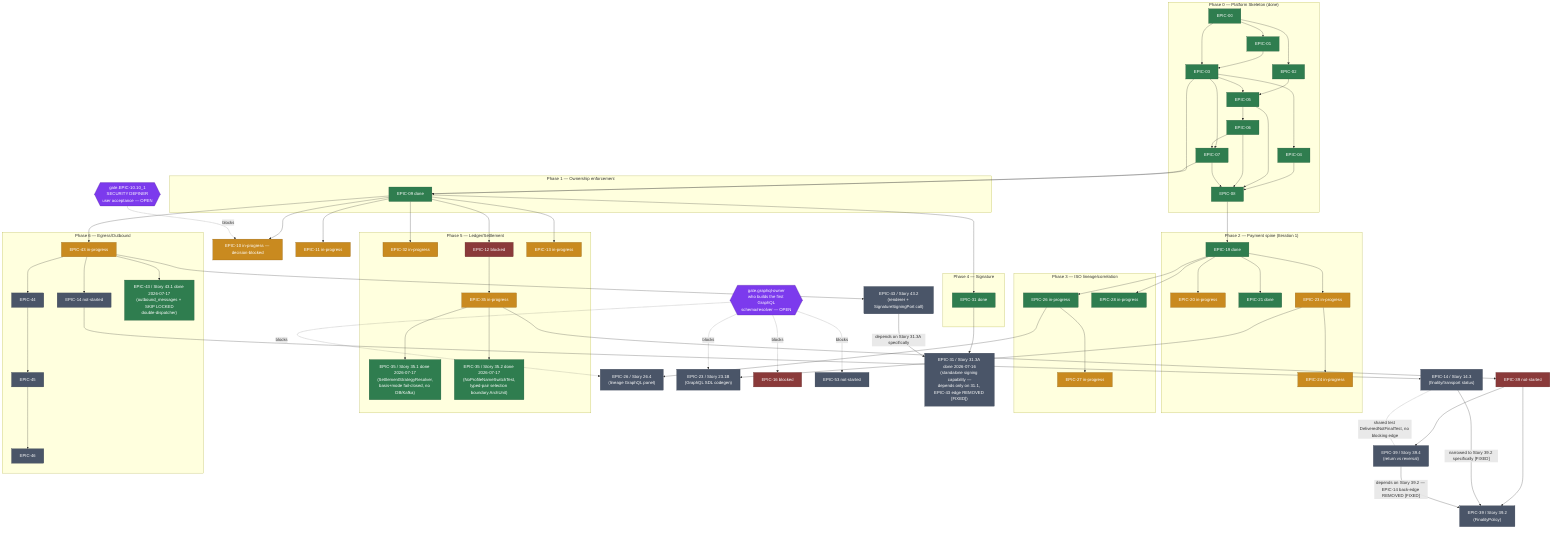
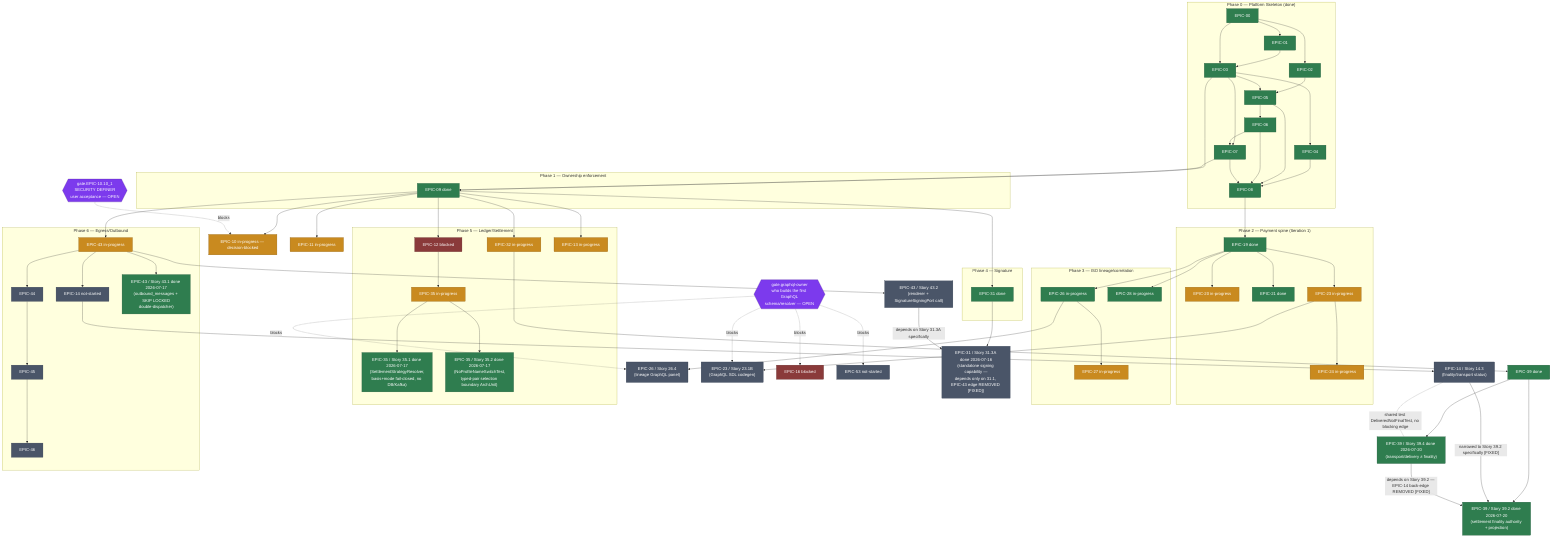
%% SEPA Nexus — capability graph (curated view)
%% Full machine graph: planning/capability-graph.json (142 nodes / 251 edges).
%% This file is a curated subgraph for human reading — phase heads, the two resolved
%% cycles, and the two open decision gates (EPIC-10 SECURITY DEFINER, GraphQL owner). It
%% is not regenerated automatically; keep it in sync by hand with capability-graph.json
%% when either changes materially.
flowchart TB

    subgraph P0["Phase 0 — Platform Skeleton (done)"]
        E00[EPIC-00] --> E01[EPIC-01] & E02[EPIC-02]
        E01 --> E03[EPIC-03]
        E00 --> E03
        E03 --> E04[EPIC-04] & E07[EPIC-07]
        E02 --> E05[EPIC-05]
        E03 --> E05
        E05 --> E06[EPIC-06]
        E06 --> E07
        E04 & E05 & E06 & E07 --> E08[EPIC-08]
    end

    subgraph P1["Phase 1 — Ownership enforcement"]
        E03 --> E09[EPIC-09 done]
        E07 --> E09
    end

    subgraph P2["Phase 2 — Payment spine (Iteration 1)"]
        E08 --> E19[EPIC-19 done]
        E19 --> E20[EPIC-20 in-progress]
        E19 --> E21[EPIC-21 done]
        E19 --> E23[EPIC-23 in-progress]
        E23 --> E24[EPIC-24 in-progress]
    end

    subgraph P3["Phase 3 — ISO lineage/correlation"]
        E19 --> E26[EPIC-26 in-progress]
        E26 --> E27[EPIC-27 in-progress]
        E19 --> E28[EPIC-28 in-progress]
    end

    %% --- GraphQL owner decision gate (added 2026-07-16) ---
    S2664["EPIC-26 / Story 26.4\n(lineage GraphQL panel)"]
    S231B["EPIC-23 / Story 23.1B\n(GraphQL SDL codegen)"]
    E26 --> S2664
    E23 --> S231B
    GQLGATE{{"gate.graphql-owner\nwho builds the first GraphQL\nschema/resolver — OPEN"}}
    GQLGATE -.blocks.-> S2664
    GQLGATE -.blocks.-> E16[EPIC-16 blocked]
    GQLGATE -.blocks.-> S231B
    GQLGATE -.blocks.-> E53[EPIC-53 not-started]

    subgraph P4["Phase 4 — Signature"]
        E09 --> E31[EPIC-31 done]
    end

    subgraph P5["Phase 5 — Ledger/Settlement"]
        E09 --> E32[EPIC-32 in-progress]
        E12[EPIC-12 blocked] --> E35[EPIC-35 in-progress]
        S351["EPIC-35 / Story 35.1 done 2026-07-17\n(SettlementStrategyResolver,\nbasis+mode fail-closed, no DB/Kafka)"]
        S352["EPIC-35 / Story 35.2 done 2026-07-17\n(NoProfileNameSwitchTest,\ntyped-pair selection boundary ArchUnit)"]
        E35 --> S351
        E35 --> S352
        E09 --> E13[EPIC-13 in-progress]
        E09 --> E12
    end

    subgraph P6["Phase 6 — Egress/Outbound"]
        E09 --> E43[EPIC-43 in-progress]
        E43 --> E44[EPIC-44] --> E45[EPIC-45] --> E46[EPIC-46]
        E43 --> E14[EPIC-14 not-started]
        S431["EPIC-43 / Story 43.1 done 2026-07-17\n(outbound_messages + SKIP LOCKED\ndouble-dispatcher)"]
        E43 --> S431
    end

    %% Ownership graph (EPIC-09) fans out to most other Phase-1 epics
    E09 --> E10[EPIC-10 in-progress — decision-blocked]
    E09 --> E11[EPIC-11 in-progress]

    %% --- EPIC-10 decision gate ---
    GATE{{"gate.EPIC-10.10_1\nSECURITY DEFINER\nuser acceptance — OPEN"}}
    GATE -.blocks.-> E10

    %% --- Cycle 1 (H1, signature <-> egress) — FIXED 2026-07-16 ---
    S313A["EPIC-31 / Story 31.3A done 2026-07-16\n(standalone signing capability —\ndepends only on 31.1, EPIC-43 edge REMOVED [FIXED])"]
    S432["EPIC-43 / Story 43.2\n(renderer + SignatureSigningPort call)"]
    E31 --> S313A
    E43 --> S432
    S432 -- "depends on Story 31.3A specifically" --> S313A

    %% --- Cycle 2 (discovered incidentally, same shape) — FIXED 2026-07-16 ---
    S143["EPIC-14 / Story 14.3\n(finality/transport status)"]
-     S394["EPIC-39 / Story 39.4\n(return vs reversal)"]
-     S392["EPIC-39 / Story 39.2\n(FinalityPolicy)"]
+     S394["EPIC-39 / Story 39.4 done 2026-07-20\n(transport/delivery ≠ finality)"]
+     S392["EPIC-39 / Story 39.2 done 2026-07-20\n(settlement finality authority + projection)"]
    E14 --> S143
-     E39[EPIC-39 not-started] --> S394
+     E39[EPIC-39 done] --> S394
    E39 --> S392
-     E35 --> E39
+     E32 --> E39
    S143 -- "narrowed to Story 39.2 specifically [FIXED]" --> S392
    S394 -- "depends on Story 39.2 — EPIC-14 back-edge REMOVED [FIXED]" --> S392
    S143 -. "shared test DeliveredNotFinalTest, no blocking edge" .- S394

    classDef done fill:#2f7d4f,color:#fff,stroke:#1e5236
    classDef inprogress fill:#c98a1f,color:#fff,stroke:#8a5e12
    classDef blocked fill:#8a3a3a,color:#fff,stroke:#5c2626
    classDef notstarted fill:#4a5568,color:#fff,stroke:#2d3748
    classDef gate fill:#7c3aed,color:#fff,stroke:#4c1d95

    class E00,E01,E02,E03,E04,E05,E06,E07,E08,E09,E19,E21,E26,E31,E28,S351,S352,S431 done
    class E10,E11,E20,E23,E24,E27,E35,E13,E32,E43 inprogress
-     class E12,E39,E16 blocked
-     class E14,E44,E45,E46,E53,S313A,S432,S143,S394,S392,S2664,S231B notstarted
+     class E12,E16 blocked
+     class E14,E44,E45,E46,E53,S313A,S432,S143,S2664,S231B notstarted
+     class E39,S394,S392 done
    class GATE,GQLGATE gate
